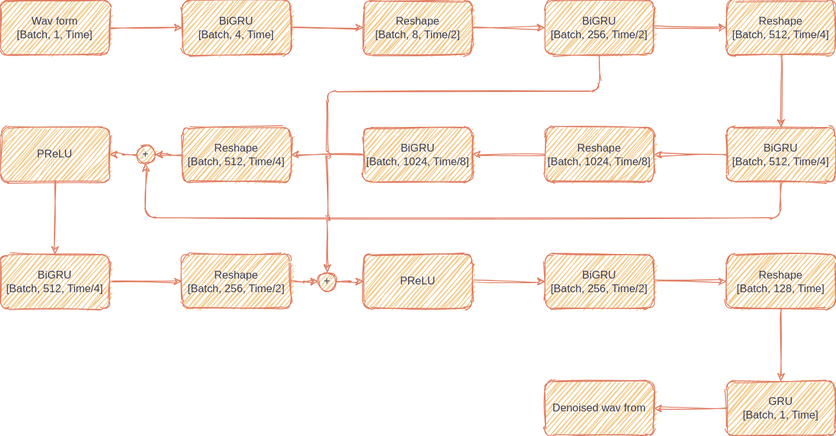
The draw.io diagram Figures/Structure.svg in CODEJIN/RHRNet, before a commit. Source tidied: cells renumbered, new cells last; positions are measured from the earlier drawing's top-left corner, leaving out a move shared by most shapes.
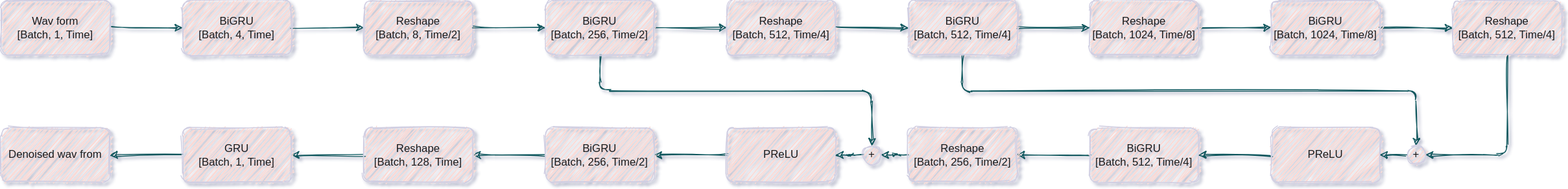
The same file after the commit.

Diff of the diagram source:
```diff
@@ -1,141 +1,142 @@
-<mxGraphModel background="#F4F1DE">
+<mxGraphModel>
   <root>
     <mxCell id="0" />
     <mxCell id="1" parent="0" />
-    <mxCell id="2" style="edgeStyle=orthogonalEdgeStyle;jettySize=auto;html=1;strokeColor=#E07A5F;sketch=1;curved=1;fontColor=#393C56;labelBackgroundColor=#F4F1DE;" parent="1" edge="1" source="3" target="5">
+    <mxCell id="2" style="edgeStyle=orthogonalEdgeStyle;jettySize=auto;html=1;sketch=1;strokeColor=#09555B;fontColor=#1A1A1A;" parent="1" edge="1" source="3" target="5">
       <mxGeometry relative="1" as="geometry" />
     </mxCell>
-    <mxCell id="3" value="Wav form&lt;br&gt;[Batch, 1, Time]" style="whiteSpace=wrap;html=1;fillColor=#F2CC8F;strokeColor=#E07A5F;rounded=1;sketch=1;fontColor=#393C56;" parent="1" vertex="1">
+    <mxCell id="3" value="Wav form&lt;br&gt;[Batch, 1, Time]" style="whiteSpace=wrap;html=1;rounded=1;sketch=1;fillColor=#FAD9D5;strokeColor=#D0CEE2;fontColor=#1A1A1A;" parent="1" vertex="1">
       <mxGeometry width="120" height="60" as="geometry" />
     </mxCell>
-    <mxCell id="4" style="edgeStyle=orthogonalEdgeStyle;jettySize=auto;html=1;strokeColor=#E07A5F;sketch=1;curved=1;fontColor=#393C56;labelBackgroundColor=#F4F1DE;" parent="1" edge="1" source="5" target="6">
+    <mxCell id="4" style="edgeStyle=orthogonalEdgeStyle;jettySize=auto;html=1;sketch=1;strokeColor=#09555B;fontColor=#1A1A1A;" parent="1" edge="1" source="5" target="6">
       <mxGeometry relative="1" as="geometry" />
     </mxCell>
-    <mxCell id="5" value="BiGRU&lt;br&gt;[Batch, 4, Time]" style="whiteSpace=wrap;html=1;fillColor=#F2CC8F;strokeColor=#E07A5F;rounded=1;sketch=1;fontColor=#393C56;" parent="1" vertex="1">
+    <mxCell id="5" value="BiGRU&lt;br&gt;[Batch, 4, Time]" style="whiteSpace=wrap;html=1;rounded=1;sketch=1;fillColor=#FAD9D5;strokeColor=#D0CEE2;fontColor=#1A1A1A;" parent="1" vertex="1">
       <mxGeometry x="200" width="120" height="60" as="geometry" />
     </mxCell>
-    <mxCell id="6" value="Reshape&lt;br&gt;[Batch, 8, Time/2]" style="whiteSpace=wrap;html=1;fillColor=#F2CC8F;strokeColor=#E07A5F;rounded=1;sketch=1;fontColor=#393C56;" parent="1" vertex="1">
+    <mxCell id="6" value="Reshape&lt;br&gt;[Batch, 8, Time/2]" style="whiteSpace=wrap;html=1;rounded=1;sketch=1;fillColor=#FAD9D5;strokeColor=#D0CEE2;fontColor=#1A1A1A;" parent="1" vertex="1">
       <mxGeometry x="400" width="120" height="60" as="geometry" />
     </mxCell>
-    <mxCell id="7" style="edgeStyle=orthogonalEdgeStyle;jettySize=auto;html=1;strokeColor=#E07A5F;sketch=1;curved=1;fontColor=#393C56;labelBackgroundColor=#F4F1DE;" parent="1" edge="1" source="6" target="9">
+    <mxCell id="7" style="edgeStyle=orthogonalEdgeStyle;jettySize=auto;html=1;sketch=1;strokeColor=#09555B;fontColor=#1A1A1A;" parent="1" edge="1" source="6" target="10">
       <mxGeometry relative="1" as="geometry" />
     </mxCell>
-    <mxCell id="8" style="edgeStyle=orthogonalEdgeStyle;jettySize=auto;html=1;strokeColor=#E07A5F;sketch=1;curved=1;fontColor=#393C56;labelBackgroundColor=#F4F1DE;" parent="1" edge="1" source="9" target="10">
+    <mxCell id="8" style="edgeStyle=orthogonalEdgeStyle;jettySize=auto;html=1;sketch=1;strokeColor=#09555B;fontColor=#1A1A1A;" parent="1" edge="1" source="10" target="11">
       <mxGeometry relative="1" as="geometry" />
     </mxCell>
-    <mxCell id="9" value="BiGRU&lt;br&gt;[Batch, 256, Time/2]" style="whiteSpace=wrap;html=1;fillColor=#F2CC8F;strokeColor=#E07A5F;rounded=1;sketch=1;fontColor=#393C56;" parent="1" vertex="1">
-      <mxGeometry x="600" width="120" height="60" as="geometry" />
+    <mxCell id="9" style="edgeStyle=orthogonalEdgeStyle;jettySize=auto;html=1;sketch=1;strokeColor=#09555B;fontColor=#1A1A1A;" parent="1" edge="1" source="10" target="38">
+      <mxGeometry relative="1" as="geometry">
+        <Array as="points">
+          <mxPoint x="660" y="100" />
+          <mxPoint x="960" y="100" />
+        </Array>
+      </mxGeometry>
     </mxCell>
-    <mxCell id="10" value="Reshape&lt;br&gt;[Batch, 512, Time/4]" style="whiteSpace=wrap;html=1;fillColor=#F2CC8F;strokeColor=#E07A5F;rounded=1;sketch=1;fontColor=#393C56;" parent="1" vertex="1">
-      <mxGeometry x="800" width="120" height="60" as="geometry" />
+    <mxCell id="10" value="BiGRU&lt;br&gt;[Batch, 256, Time/2]" style="whiteSpace=wrap;html=1;rounded=1;sketch=1;fillColor=#FAD9D5;strokeColor=#D0CEE2;fontColor=#1A1A1A;" parent="1" vertex="1">
+      <mxGeometry x="600" width="120" height="60" as="geometry" />
     </mxCell>
-    <mxCell id="11" style="edgeStyle=orthogonalEdgeStyle;jettySize=auto;html=1;strokeColor=#E07A5F;sketch=1;curved=1;fontColor=#393C56;labelBackgroundColor=#F4F1DE;" parent="1" edge="1" source="10" target="14">
-      <mxGeometry relative="1" as="geometry" />
+    <mxCell id="11" value="Reshape&lt;br&gt;[Batch, 512, Time/4]" style="whiteSpace=wrap;html=1;rounded=1;sketch=1;fillColor=#FAD9D5;strokeColor=#D0CEE2;fontColor=#1A1A1A;" parent="1" vertex="1">
+      <mxGeometry x="800" width="120" height="60" as="geometry" />
     </mxCell>
-    <mxCell id="12" style="edgeStyle=orthogonalEdgeStyle;jettySize=auto;html=1;strokeColor=#E07A5F;sketch=1;curved=1;fontColor=#393C56;labelBackgroundColor=#F4F1DE;" parent="1" edge="1" source="14" target="16">
+    <mxCell id="12" style="edgeStyle=orthogonalEdgeStyle;jettySize=auto;html=1;sketch=1;strokeColor=#09555B;fontColor=#1A1A1A;" parent="1" edge="1" source="11" target="15">
       <mxGeometry relative="1" as="geometry" />
     </mxCell>
-    <mxCell id="13" style="edgeStyle=orthogonalEdgeStyle;curved=0;rounded=1;sketch=1;jettySize=auto;html=1;entryX=0.5;entryY=1;entryDx=0;entryDy=0;strokeColor=#E07A5F;fillColor=#F2CC8F;fontColor=#393C56;" parent="1" edge="1" source="14" target="39">
-      <mxGeometry relative="1" as="geometry">
-        <Array as="points">
-          <mxPoint x="860" y="240" />
-          <mxPoint x="160" y="240" />
-        </Array>
-      </mxGeometry>
+    <mxCell id="13" style="edgeStyle=orthogonalEdgeStyle;jettySize=auto;html=1;sketch=1;strokeColor=#09555B;fontColor=#1A1A1A;" parent="1" edge="1" source="15" target="17">
+      <mxGeometry relative="1" as="geometry" />
     </mxCell>
-    <mxCell id="14" value="BiGRU&lt;br&gt;[Batch, 512, Time/4]" style="whiteSpace=wrap;html=1;fillColor=#F2CC8F;strokeColor=#E07A5F;rounded=1;sketch=1;fontColor=#393C56;" parent="1" vertex="1">
-      <mxGeometry x="800" y="140" width="120" height="60" as="geometry" />
+    <mxCell id="14" style="edgeStyle=orthogonalEdgeStyle;jettySize=auto;html=1;sketch=1;strokeColor=#09555B;fontColor=#1A1A1A;" parent="1" edge="1" source="15" target="32">
+      <mxGeometry relative="1" as="geometry">
+        <Array as="points">
+          <mxPoint x="1060" y="100" />
+          <mxPoint x="1560" y="100" />
+        </Array>
+      </mxGeometry>
     </mxCell>
-    <mxCell id="15" style="edgeStyle=orthogonalEdgeStyle;jettySize=auto;html=1;strokeColor=#E07A5F;sketch=1;curved=1;fontColor=#393C56;labelBackgroundColor=#F4F1DE;" parent="1" edge="1" source="16" target="18">
-      <mxGeometry relative="1" as="geometry" />
+    <mxCell id="15" value="BiGRU&lt;br&gt;[Batch, 512, Time/4]" style="whiteSpace=wrap;html=1;rounded=1;sketch=1;fillColor=#FAD9D5;strokeColor=#D0CEE2;fontColor=#1A1A1A;" parent="1" vertex="1">
+      <mxGeometry x="1000" width="120" height="60" as="geometry" />
     </mxCell>
-    <mxCell id="16" value="Reshape&lt;br&gt;[Batch, 1024, Time/8]" style="whiteSpace=wrap;html=1;fillColor=#F2CC8F;strokeColor=#E07A5F;rounded=1;sketch=1;fontColor=#393C56;" parent="1" vertex="1">
-      <mxGeometry x="600" y="140" width="120" height="60" as="geometry" />
+    <mxCell id="16" style="edgeStyle=orthogonalEdgeStyle;jettySize=auto;html=1;sketch=1;strokeColor=#09555B;fontColor=#1A1A1A;" parent="1" edge="1" source="17" target="19">
+      <mxGeometry relative="1" as="geometry" />
     </mxCell>
-    <mxCell id="17" style="edgeStyle=orthogonalEdgeStyle;curved=0;rounded=1;sketch=1;jumpStyle=arc;jettySize=auto;html=1;entryX=1;entryY=0.5;entryDx=0;entryDy=0;strokeColor=#E07A5F;fillColor=#F2CC8F;fontColor=#393C56;" parent="1" edge="1" source="18" target="20">
-      <mxGeometry relative="1" as="geometry" />
+    <mxCell id="17" value="Reshape&lt;br&gt;[Batch, 1024, Time/8]" style="whiteSpace=wrap;html=1;rounded=1;sketch=1;fillColor=#FAD9D5;strokeColor=#D0CEE2;fontColor=#1A1A1A;" parent="1" vertex="1">
+      <mxGeometry x="1200" width="120" height="60" as="geometry" />
     </mxCell>
-    <mxCell id="18" value="BiGRU&lt;br&gt;[Batch, 1024, Time/8]" style="whiteSpace=wrap;html=1;fillColor=#F2CC8F;strokeColor=#E07A5F;rounded=1;sketch=1;fontColor=#393C56;" parent="1" vertex="1">
-      <mxGeometry x="400" y="140" width="120" height="60" as="geometry" />
+    <mxCell id="18" style="edgeStyle=orthogonalEdgeStyle;jumpStyle=arc;jettySize=auto;html=1;sketch=1;strokeColor=#09555B;fontColor=#1A1A1A;" parent="1" edge="1" source="19" target="22">
+      <mxGeometry relative="1" as="geometry" />
     </mxCell>
-    <mxCell id="19" style="edgeStyle=orthogonalEdgeStyle;jettySize=auto;html=1;strokeColor=#E07A5F;sketch=1;curved=1;fontColor=#393C56;labelBackgroundColor=#F4F1DE;" parent="1" edge="1" source="20">
-      <mxGeometry relative="1" as="geometry">
-        <mxPoint x="170" y="170" as="targetPoint" />
-      </mxGeometry>
+    <mxCell id="19" value="BiGRU&lt;br&gt;[Batch, 1024, Time/8]" style="whiteSpace=wrap;html=1;rounded=1;sketch=1;fillColor=#FAD9D5;strokeColor=#D0CEE2;fontColor=#1A1A1A;" parent="1" vertex="1">
+      <mxGeometry x="1400" width="120" height="60" as="geometry" />
     </mxCell>
-    <mxCell id="20" value="Reshape&lt;br&gt;[Batch, 512, Time/4]" style="whiteSpace=wrap;html=1;fillColor=#F2CC8F;strokeColor=#E07A5F;rounded=1;sketch=1;fontColor=#393C56;" parent="1" vertex="1">
-      <mxGeometry x="200" y="140" width="120" height="60" as="geometry" />
+    <mxCell id="20" style="edgeStyle=orthogonalEdgeStyle;jettySize=auto;html=1;sketch=1;strokeColor=#09555B;fontColor=#1A1A1A;" parent="1" edge="1" source="36" target="28">
+      <mxGeometry relative="1" as="geometry" />
     </mxCell>
-    <mxCell id="21" style="edgeStyle=orthogonalEdgeStyle;jettySize=auto;html=1;strokeColor=#E07A5F;sketch=1;curved=1;fontColor=#393C56;labelBackgroundColor=#F4F1DE;" parent="1" edge="1" source="22" target="24">
-      <mxGeometry relative="1" as="geometry" />
+    <mxCell id="21" style="edgeStyle=orthogonalEdgeStyle;jettySize=auto;html=1;sketch=1;strokeColor=#09555B;fontColor=#1A1A1A;" parent="1" edge="1" source="22" target="32">
+      <mxGeometry relative="1" as="geometry">
+        <Array as="points">
+          <mxPoint x="1660" y="170" />
+        </Array>
+      </mxGeometry>
     </mxCell>
-    <mxCell id="22" value="BiGRU&lt;br&gt;[Batch, 512, Time/4]" style="whiteSpace=wrap;html=1;fillColor=#F2CC8F;strokeColor=#E07A5F;rounded=1;sketch=1;fontColor=#393C56;" parent="1" vertex="1">
-      <mxGeometry y="280" width="120" height="60" as="geometry" />
+    <mxCell id="22" value="Reshape&lt;br&gt;[Batch, 512, Time/4]" style="whiteSpace=wrap;html=1;rounded=1;sketch=1;fillColor=#FAD9D5;strokeColor=#D0CEE2;fontColor=#1A1A1A;" parent="1" vertex="1">
+      <mxGeometry x="1600" width="120" height="60" as="geometry" />
     </mxCell>
-    <mxCell id="23" style="edgeStyle=orthogonalEdgeStyle;jettySize=auto;html=1;strokeColor=#E07A5F;sketch=1;curved=1;fontColor=#393C56;labelBackgroundColor=#F4F1DE;" parent="1" edge="1" source="24" target="34">
+    <mxCell id="23" style="edgeStyle=orthogonalEdgeStyle;jettySize=auto;html=1;sketch=1;strokeColor=#09555B;fontColor=#1A1A1A;" parent="1" edge="1" source="24" target="26">
       <mxGeometry relative="1" as="geometry" />
     </mxCell>
-    <mxCell id="24" value="Reshape&lt;br&gt;[Batch, 256, Time/2]" style="whiteSpace=wrap;html=1;fillColor=#F2CC8F;strokeColor=#E07A5F;rounded=1;sketch=1;fontColor=#393C56;" parent="1" vertex="1">
-      <mxGeometry x="200" y="280" width="120" height="60" as="geometry" />
+    <mxCell id="24" value="BiGRU&lt;br&gt;[Batch, 512, Time/4]" style="whiteSpace=wrap;html=1;rounded=1;sketch=1;fillColor=#FAD9D5;strokeColor=#D0CEE2;fontColor=#1A1A1A;" parent="1" vertex="1">
+      <mxGeometry x="1200" y="140" width="120" height="60" as="geometry" />
     </mxCell>
-    <mxCell id="25" style="edgeStyle=orthogonalEdgeStyle;jettySize=auto;html=1;strokeColor=#E07A5F;sketch=1;curved=1;fontColor=#393C56;labelBackgroundColor=#F4F1DE;" parent="1" edge="1" source="26" target="28">
+    <mxCell id="25" style="edgeStyle=orthogonalEdgeStyle;jettySize=auto;html=1;sketch=1;strokeColor=#09555B;fontColor=#1A1A1A;" parent="1" edge="1" source="26" target="38">
       <mxGeometry relative="1" as="geometry" />
     </mxCell>
-    <mxCell id="26" value="BiGRU&lt;br&gt;[Batch, 256, Time/2]" style="whiteSpace=wrap;html=1;fillColor=#F2CC8F;strokeColor=#E07A5F;rounded=1;sketch=1;fontColor=#393C56;" parent="1" vertex="1">
-      <mxGeometry x="600" y="280" width="120" height="60" as="geometry" />
+    <mxCell id="26" value="Reshape&lt;br&gt;[Batch, 256, Time/2]" style="whiteSpace=wrap;html=1;rounded=1;sketch=1;fillColor=#FAD9D5;strokeColor=#D0CEE2;fontColor=#1A1A1A;" parent="1" vertex="1">
+      <mxGeometry x="1000" y="140" width="120" height="60" as="geometry" />
     </mxCell>
-    <mxCell id="27" style="edgeStyle=orthogonalEdgeStyle;jettySize=auto;html=1;strokeColor=#E07A5F;sketch=1;curved=1;fontColor=#393C56;labelBackgroundColor=#F4F1DE;" parent="1" edge="1" source="28" target="30">
-      <mxGeometry relative="1" as="geometry">
-        <Array as="points">
-          <mxPoint x="860" y="430" />
-        </Array>
-      </mxGeometry>
+    <mxCell id="27" style="edgeStyle=orthogonalEdgeStyle;jettySize=auto;html=1;sketch=1;strokeColor=#09555B;fontColor=#1A1A1A;" parent="1" edge="1" source="28" target="40">
+      <mxGeometry relative="1" as="geometry" />
     </mxCell>
-    <mxCell id="28" value="Reshape&lt;br&gt;[Batch, 128, Time]" style="whiteSpace=wrap;html=1;fillColor=#F2CC8F;strokeColor=#E07A5F;rounded=1;sketch=1;fontColor=#393C56;" parent="1" vertex="1">
-      <mxGeometry x="800" y="280" width="120" height="60" as="geometry" />
+    <mxCell id="28" value="GRU&lt;br&gt;[Batch, 1, Time]" style="whiteSpace=wrap;html=1;rounded=1;sketch=1;fillColor=#FAD9D5;strokeColor=#D0CEE2;fontColor=#1A1A1A;" parent="1" vertex="1">
+      <mxGeometry x="200" y="140" width="120" height="60" as="geometry" />
     </mxCell>
-    <mxCell id="29" style="edgeStyle=orthogonalEdgeStyle;jettySize=auto;html=1;strokeColor=#E07A5F;sketch=1;curved=1;fontColor=#393C56;labelBackgroundColor=#F4F1DE;" parent="1" edge="1" source="30" target="35">
+    <mxCell id="29" style="edgeStyle=orthogonalEdgeStyle;jettySize=auto;html=1;sketch=1;strokeColor=#09555B;fontColor=#1A1A1A;" parent="1" edge="1" source="30" target="24">
       <mxGeometry relative="1" as="geometry" />
     </mxCell>
-    <mxCell id="30" value="GRU&lt;br&gt;[Batch, 1, Time]" style="whiteSpace=wrap;html=1;fillColor=#F2CC8F;strokeColor=#E07A5F;rounded=1;sketch=1;fontColor=#393C56;" parent="1" vertex="1">
-      <mxGeometry x="800" y="420" width="120" height="60" as="geometry" />
+    <mxCell id="30" value="PReLU" style="whiteSpace=wrap;html=1;rounded=1;sketch=1;fillColor=#FAD9D5;strokeColor=#D0CEE2;fontColor=#1A1A1A;" parent="1" vertex="1">
+      <mxGeometry x="1400" y="140" width="120" height="60" as="geometry" />
     </mxCell>
-    <mxCell id="31" style="edgeStyle=orthogonalEdgeStyle;jettySize=auto;html=1;entryX=0.5;entryY=0;entryDx=0;entryDy=0;strokeColor=#E07A5F;sketch=1;curved=1;fontColor=#393C56;labelBackgroundColor=#F4F1DE;" parent="1" edge="1" source="36" target="22">
+    <mxCell id="31" style="edgeStyle=orthogonalEdgeStyle;jettySize=auto;html=1;sketch=1;strokeColor=#09555B;fontColor=#1A1A1A;" parent="1" edge="1" source="33" target="35">
       <mxGeometry relative="1" as="geometry" />
     </mxCell>
-    <mxCell id="32" style="edgeStyle=orthogonalEdgeStyle;jettySize=auto;html=1;strokeColor=#E07A5F;sketch=1;curved=1;fontColor=#393C56;labelBackgroundColor=#F4F1DE;" parent="1" edge="1" target="36">
-      <mxGeometry relative="1" as="geometry">
-        <mxPoint x="150" y="170" as="sourcePoint" />
-      </mxGeometry>
+    <mxCell id="32" value="+" style="ellipse;whiteSpace=wrap;html=1;rounded=1;sketch=1;fillColor=#FAD9D5;strokeColor=#D0CEE2;fontColor=#1A1A1A;" parent="1" vertex="1">
+      <mxGeometry x="1550" y="160" width="20" height="20" as="geometry" />
     </mxCell>
-    <mxCell id="33" style="edgeStyle=orthogonalEdgeStyle;jettySize=auto;html=1;strokeColor=#E07A5F;sketch=1;curved=1;fontColor=#393C56;labelBackgroundColor=#F4F1DE;" parent="1" edge="1" source="34" target="38">
-      <mxGeometry relative="1" as="geometry" />
+    <mxCell id="33" value="&lt;span&gt;PReLU&lt;/span&gt;" style="whiteSpace=wrap;html=1;rounded=1;sketch=1;fillColor=#FAD9D5;strokeColor=#D0CEE2;fontColor=#1A1A1A;" parent="1" vertex="1">
+      <mxGeometry x="800" y="140" width="120" height="60" as="geometry" />
     </mxCell>
-    <mxCell id="34" value="+" style="ellipse;whiteSpace=wrap;html=1;fillColor=#F2CC8F;strokeColor=#E07A5F;rounded=1;sketch=1;fontColor=#393C56;" parent="1" vertex="1">
-      <mxGeometry x="350" y="300" width="20" height="20" as="geometry" />
+    <mxCell id="34" style="edgeStyle=orthogonalEdgeStyle;jettySize=auto;html=1;sketch=1;strokeColor=#09555B;fontColor=#1A1A1A;" parent="1" edge="1" source="35" target="36">
+      <mxGeometry relative="1" as="geometry" />
     </mxCell>
-    <mxCell id="35" value="Denoised wav from" style="whiteSpace=wrap;html=1;fillColor=#F2CC8F;strokeColor=#E07A5F;rounded=1;sketch=1;fontColor=#393C56;" parent="1" vertex="1">
-      <mxGeometry x="600" y="420" width="120" height="60" as="geometry" />
+    <mxCell id="35" value="BiGRU&lt;br&gt;[Batch, 256, Time/2]" style="whiteSpace=wrap;html=1;rounded=1;sketch=1;fillColor=#FAD9D5;strokeColor=#D0CEE2;fontColor=#1A1A1A;" parent="1" vertex="1">
+      <mxGeometry x="600" y="140" width="120" height="60" as="geometry" />
     </mxCell>
-    <mxCell id="36" value="PReLU" style="whiteSpace=wrap;html=1;fillColor=#F2CC8F;strokeColor=#E07A5F;rounded=1;sketch=1;fontColor=#393C56;" parent="1" vertex="1">
-      <mxGeometry y="140" width="120" height="60" as="geometry" />
+    <mxCell id="36" value="Reshape&lt;br&gt;[Batch, 128, Time]" style="whiteSpace=wrap;html=1;rounded=1;sketch=1;fillColor=#FAD9D5;strokeColor=#D0CEE2;fontColor=#1A1A1A;" parent="1" vertex="1">
+      <mxGeometry x="400" y="140" width="120" height="60" as="geometry" />
     </mxCell>
-    <mxCell id="37" style="edgeStyle=orthogonalEdgeStyle;jettySize=auto;html=1;strokeColor=#E07A5F;sketch=1;curved=1;fontColor=#393C56;labelBackgroundColor=#F4F1DE;" parent="1" edge="1" source="38" target="26">
+    <mxCell id="37" style="edgeStyle=orthogonalEdgeStyle;jettySize=auto;html=1;sketch=1;strokeColor=#09555B;fontColor=#1A1A1A;" parent="1" edge="1" source="38" target="33">
       <mxGeometry relative="1" as="geometry" />
     </mxCell>
-    <mxCell id="38" value="&lt;span&gt;PReLU&lt;/span&gt;" style="whiteSpace=wrap;html=1;fillColor=#F2CC8F;strokeColor=#E07A5F;rounded=1;sketch=1;fontColor=#393C56;" parent="1" vertex="1">
-      <mxGeometry x="400" y="280" width="120" height="60" as="geometry" />
+    <mxCell id="38" value="+" style="ellipse;whiteSpace=wrap;html=1;rounded=1;sketch=1;fillColor=#FAD9D5;strokeColor=#D0CEE2;fontColor=#1A1A1A;" parent="1" vertex="1">
+      <mxGeometry x="950" y="160" width="20" height="20" as="geometry" />
     </mxCell>
-    <mxCell id="39" value="+" style="ellipse;whiteSpace=wrap;html=1;fillColor=#F2CC8F;strokeColor=#E07A5F;rounded=1;sketch=1;fontColor=#393C56;" parent="1" vertex="1">
-      <mxGeometry x="150" y="160" width="20" height="20" as="geometry" />
+    <mxCell id="39" style="edgeStyle=orthogonalEdgeStyle;jumpStyle=arc;jettySize=auto;html=1;sketch=1;strokeColor=#09555B;fontColor=#1A1A1A;" parent="1" edge="1" source="32" target="30">
+      <mxGeometry relative="1" as="geometry">
+        <Array as="points">
+          <mxPoint x="1520" y="170" />
+          <mxPoint x="1520" y="170" />
+        </Array>
+      </mxGeometry>
     </mxCell>
-    <mxCell id="40" style="edgeStyle=orthogonalEdgeStyle;curved=0;rounded=1;sketch=1;jettySize=auto;html=1;entryX=0.5;entryY=0;entryDx=0;entryDy=0;strokeColor=#E07A5F;fillColor=#F2CC8F;fontColor=#393C56;jumpStyle=arc;" parent="1" edge="1" source="9" target="34">
-      <mxGeometry relative="1" as="geometry">
-        <Array as="points">
-          <mxPoint x="660" y="100" />
-          <mxPoint x="360" y="100" />
-        </Array>
-      </mxGeometry>
+    <mxCell id="40" value="Denoised wav from" style="whiteSpace=wrap;html=1;rounded=1;sketch=1;fillColor=#FAD9D5;strokeColor=#D0CEE2;fontColor=#1A1A1A;" parent="1" vertex="1">
+      <mxGeometry y="140" width="120" height="60" as="geometry" />
     </mxCell>
   </root>
 </mxGraphModel>
```
